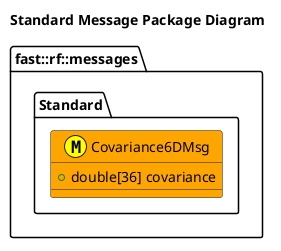
Earlier version of the PlantUML export msgs/Standard/doc/puml/StandardMessageClassDiagram.png (fastrobotics/robot_framework).
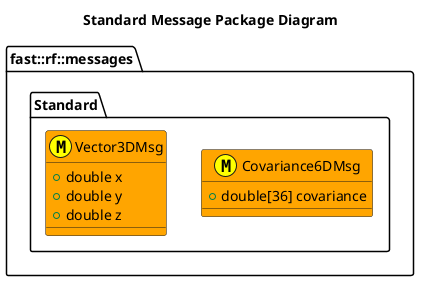
After the change.

Diff of the diagram source:
```diff
@@ -3,6 +3,11 @@
 
 namespace fast::rf::messages {
   namespace Standard  {
+    struct Vector3DMsg <<(M,#FFFF00) >> #Orange {
+      +double x
+      +double y
+      +double z
+    }
     struct Covariance6DMsg <<(M,#FFFF00) >> #Orange {
       +double[36] covariance
     }
```
